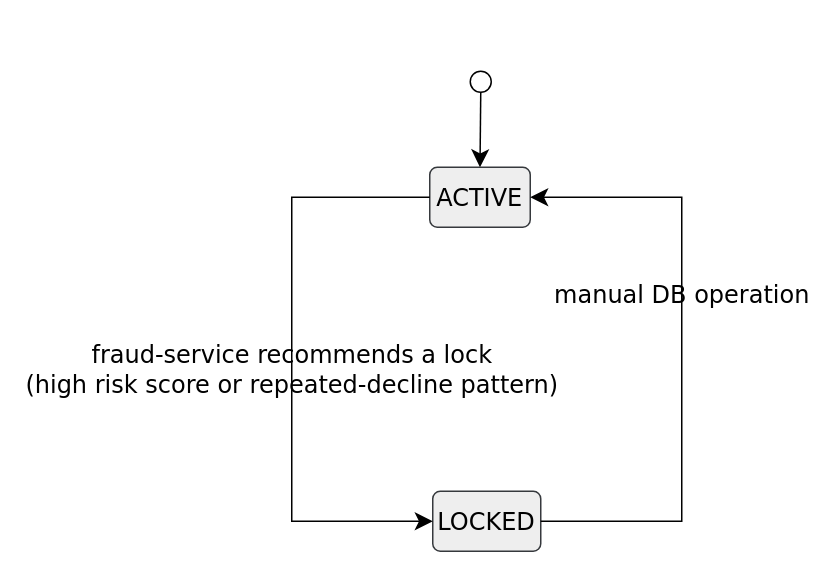
ShirongQuan/payment-platform keeps this draw.io diagram as docs/flows/diagrams/account-lock-state.drawio. Above is the earlier version. Source tidied: cells renumbered, new cells numbered last; positions are measured from the earlier drawing's top-left corner, leaving out a move shared by most shapes. Both pictures are drawn from the tidied source at 150%, with x=0, y=0 at pixel (171, 26).
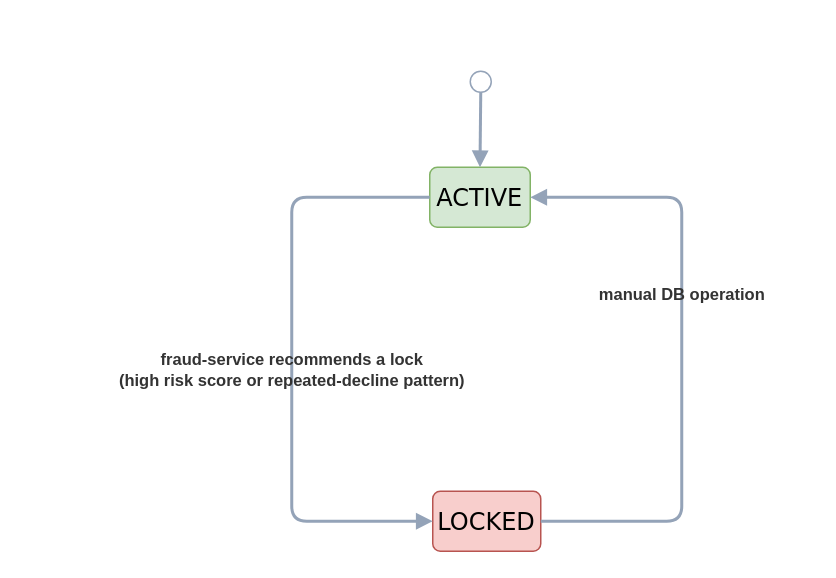
The same page after the edit.

The edit, as a diff of the source:
```diff
@@
 <mxGraphModel>
   <root>
     <mxCell id="0" />
     <mxCell id="1" parent="0" />
     <mxCell id="2" style="group;transparentBounds=1;editIcon=1;lockedGroup=0;groupPadding=10;labelBackgroundColor=none;" parent="1" vertex="1">
       <mxGeometry as="geometry" />
     </mxCell>
-    <mxCell id="3" style="ellipse;html=1;fontFamily=Trebuchet MS,Verdana,Arial,sans-serif;fontSize=16;labelBackgroundColor=none;" parent="2" vertex="1">
+    <mxCell id="3" style="ellipse;html=1;fontFamily=Trebuchet MS,Verdana,Arial,sans-serif;fontSize=16;labelBackgroundColor=none;strokeColor=#94A3B8;" parent="2" vertex="1">
       <mxGeometry x="199" y="30" width="14" height="14" as="geometry" />
     </mxCell>
-    <mxCell id="4" value="ACTIVE" style="rounded=1;absoluteArcSize=1;arcSize=10;html=1;whiteSpace=wrap;strokeWidth=1;fontFamily=Trebuchet MS,Verdana,Arial,sans-serif;fontSize=16;labelBackgroundColor=none;fillColor=#eeeeee;strokeColor=#36393d;" parent="2" vertex="1">
+    <mxCell id="4" value="ACTIVE" style="rounded=1;absoluteArcSize=1;arcSize=10;html=1;whiteSpace=wrap;strokeWidth=1;fontFamily=Trebuchet MS,Verdana,Arial,sans-serif;fontSize=16;labelBackgroundColor=none;fillColor=#d5e8d4;strokeColor=#82b366;fontColor=default;" parent="2" vertex="1">
       <mxGeometry x="172" y="94" width="67" height="40" as="geometry" />
     </mxCell>
-    <mxCell id="5" value="LOCKED" style="rounded=1;absoluteArcSize=1;arcSize=10;html=1;whiteSpace=wrap;strokeWidth=1;fontFamily=Trebuchet MS,Verdana,Arial,sans-serif;fontSize=16;labelBackgroundColor=none;fillColor=#eeeeee;strokeColor=#36393d;" parent="2" vertex="1">
+    <mxCell id="5" value="LOCKED" style="rounded=1;absoluteArcSize=1;arcSize=10;html=1;whiteSpace=wrap;strokeWidth=1;fontFamily=Trebuchet MS,Verdana,Arial,sans-serif;fontSize=16;labelBackgroundColor=none;fillColor=#f8cecc;strokeColor=#b85450;fontColor=default;" parent="2" vertex="1">
       <mxGeometry x="174" y="310" width="72" height="40" as="geometry" />
     </mxCell>
-    <mxCell id="6" style="curved=1;startArrow=none;endArrow=classic;endSize=9;fillColor=none;exitX=0.5;exitY=1;entryX=0.5;entryY=0;rounded=0;labelBackgroundColor=none;fontColor=default;" parent="2" edge="1" source="3" target="4">
+    <mxCell id="6" style="endArrow=block;exitX=0.5;exitY=1;entryX=0.5;entryY=0;rounded=1;labelBackgroundColor=none;fontColor=#333333;strokeColor=#94A3B8;strokeWidth=2;align=center;verticalAlign=middle;fontFamily=Helvetica;fontSize=11;fontStyle=1;endFill=1;" parent="2" edge="1" source="3" target="4">
       <mxGeometry relative="1" as="geometry" />
     </mxCell>
-    <mxCell id="7" value="fraud-service recommends a lock&#10;(high risk score or repeated-decline pattern)" style="startArrow=none;endArrow=classic;endSize=9;fillColor=none;html=1;fontSize=16;labelBackgroundColor=none;fontFamily=Trebuchet MS,Verdana,Arial,sans-serif;fontColor=default;exitX=0;exitY=0.5;entryX=0;entryY=0.5;rounded=0;edgeStyle=orthogonalEdgeStyle;exitDx=0;exitDy=0;entryDx=0;entryDy=0;" parent="2" edge="1" source="4" target="5">
+    <mxCell id="7" value="fraud-service recommends a lock&#10;(high risk score or repeated-decline pattern)" style="endArrow=block;html=1;fontSize=11;labelBackgroundColor=none;fontFamily=Helvetica;fontColor=#333333;exitX=0;exitY=0.5;entryX=0;entryY=0.5;rounded=1;edgeStyle=orthogonalEdgeStyle;exitDx=0;exitDy=0;entryDx=0;entryDy=0;strokeColor=#94A3B8;strokeWidth=2;align=center;verticalAlign=middle;fontStyle=1;endFill=1;" parent="2" edge="1" source="4" target="5">
       <mxGeometry x="0.03" relative="1" as="geometry">
         <Array as="points">
           <mxPoint x="80" y="114" />
           <mxPoint x="80" y="330" />
         </Array>
       </mxGeometry>
     </mxCell>
-    <mxCell id="8" value="manual DB operation" style="startArrow=none;endArrow=classic;endSize=9;fillColor=none;html=1;fontSize=16;labelBackgroundColor=none;fontFamily=Trebuchet MS,Verdana,Arial,sans-serif;fontColor=default;exitX=1;exitY=0.5;entryX=1;entryY=0.5;rounded=0;edgeStyle=orthogonalEdgeStyle;exitDx=0;exitDy=0;entryDx=0;entryDy=0;" parent="2" edge="1" source="5" target="4">
+    <mxCell id="8" value="manual DB operation" style="endArrow=block;html=1;fontSize=11;labelBackgroundColor=none;fontFamily=Helvetica;fontColor=#333333;exitX=1;exitY=0.5;entryX=1;entryY=0.5;rounded=1;edgeStyle=orthogonalEdgeStyle;exitDx=0;exitDy=0;entryDx=0;entryDy=0;strokeColor=#94A3B8;strokeWidth=2;align=center;verticalAlign=middle;fontStyle=1;endFill=1;" parent="2" edge="1" source="5" target="4">
       <mxGeometry x="0.19" relative="1" as="geometry">
         <Array as="points">
           <mxPoint x="340" y="330" />
           <mxPoint x="340" y="114" />
         </Array>
       </mxGeometry>
     </mxCell>
   </root>
 </mxGraphModel>
```
